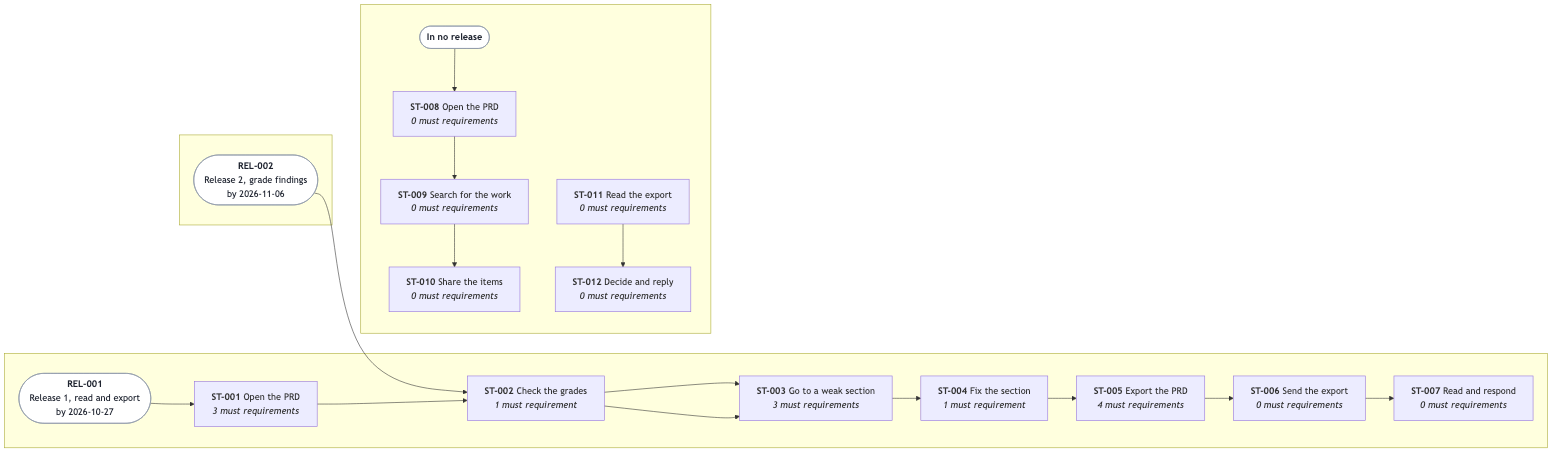
This is docs/prd/prd-forge-viewer/diagrams/release-line.png from SpillwaveSolutions/prd-forge-viewer, a Mermaid export, as it was before one commit. Its source is kept beside it as docs/prd/prd-forge-viewer/diagrams/release-line.mmd.
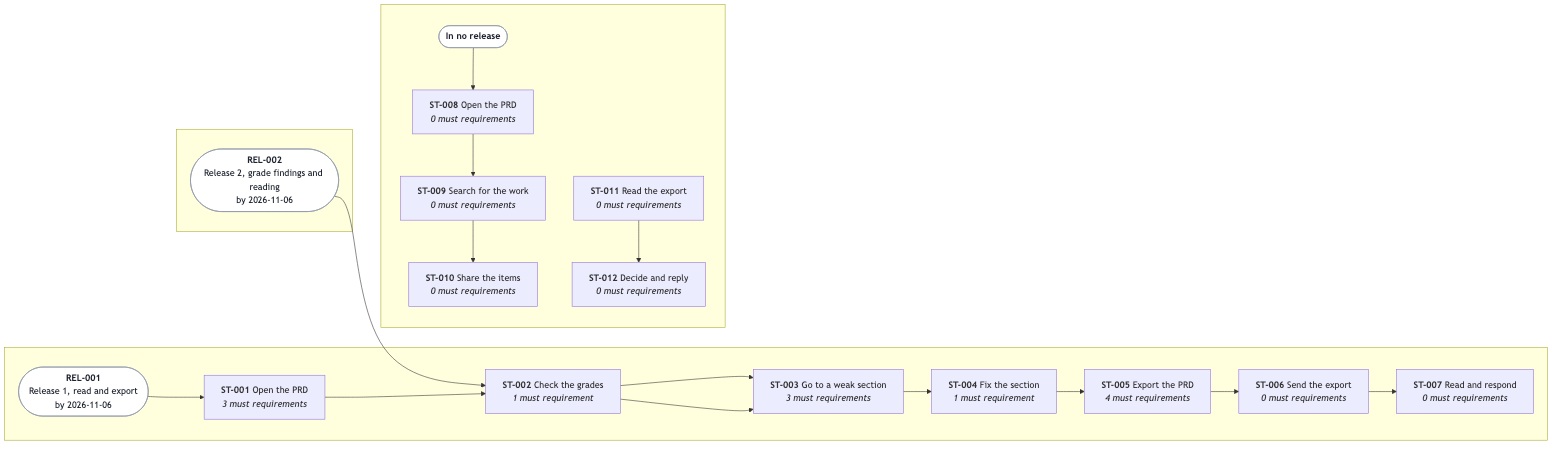
Later version of the same file.

Change to the diagram source:
```diff
@@ -2,7 +2,7 @@
 flowchart LR
   subgraph REL001[" "]
     direction TB
-    REL001head(["<b>REL-001</b><br/>Release 1, read and export<br/>by 2026-10-27"])
+    REL001head(["<b>REL-001</b><br/>Release 1, read and export<br/>by 2026-11-06"])
     REL001head --> ST001
     ST001["<b>ST-001</b> Open the PRD<br/><i>3 must requirements</i>"]
     ST002["<b>ST-002</b> Check the grades<br/><i>1 must requirement</i>"]
@@ -20,7 +20,7 @@
   end
   subgraph REL002[" "]
     direction TB
-    REL002head(["<b>REL-002</b><br/>Release 2, grade findings<br/>by 2026-11-06"])
+    REL002head(["<b>REL-002</b><br/>Release 2, grade findings and reading<br/>by 2026-11-06"])
     REL002head --> ST002
     ST002["<b>ST-002</b> Check the grades<br/><i>1 must requirement</i>"]
     ST003["<b>ST-003</b> Go to a weak section<br/><i>3 must requirements</i>"]
```
